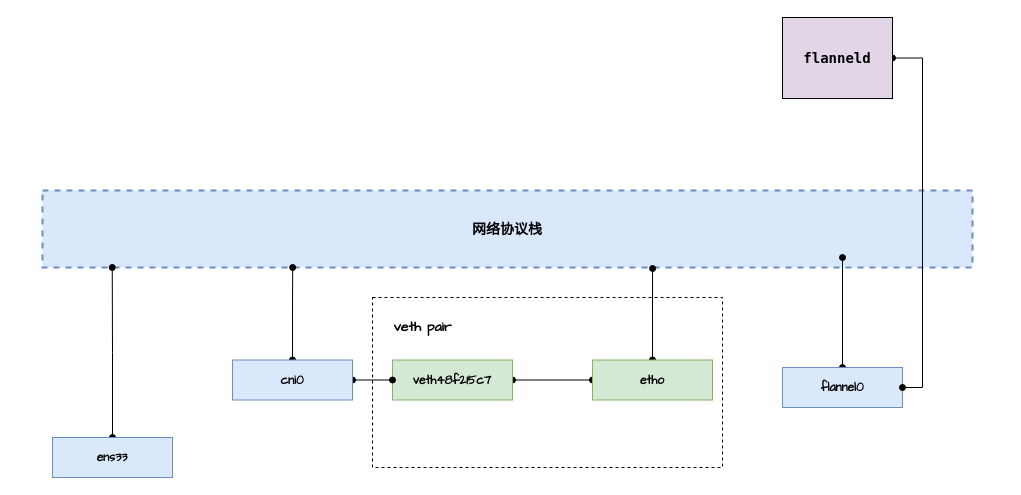
XiaoWeiKIN/k8s keeps this draw.io diagram as page "第 2 页" (2 of 2) of flanle.drawio. Above is the earlier version. Source tidied: cells renumbered, new cells numbered last; positions are measured from the earlier drawing's top-left corner, leaving out a move shared by most shapes. Both pictures are drawn from the tidied source at 100%, with x=0, y=0 at pixel (42, 17).
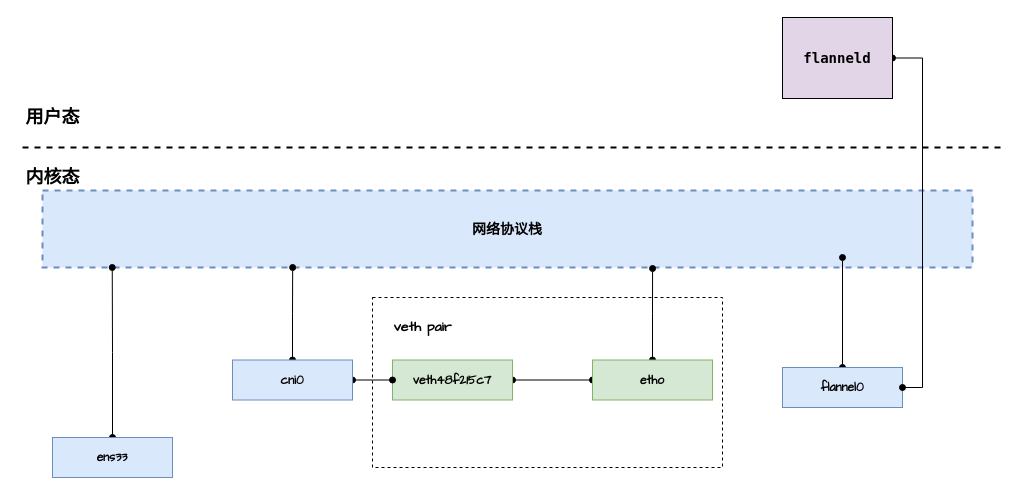
The same diagram, later.

The edit, as a diff of the source:
```diff
@@
+    <mxCell id="18" style="endArrow=none;dashed=1;html=1;strokeWidth=2;" parent="1" edge="1">
+      <mxGeometry relative="1" as="geometry">
+        <mxPoint x="-20" y="130" as="sourcePoint" />
+        <mxPoint x="960" y="130" as="targetPoint" />
+      </mxGeometry>
+    </mxCell>
+    <mxCell id="19" value="&lt;font face=&quot;Comic Sans MS&quot; style=&quot;font-size: 18px&quot;&gt;&lt;b&gt;用户态&lt;/b&gt;&lt;/font&gt;" style="text;html=1;align=center;verticalAlign=middle;fillColor=none;strokeColor=none;rounded=0;" parent="1" vertex="1">
+      <mxGeometry x="-25" y="90" width="70" height="20" as="geometry" />
+    </mxCell>
+    <mxCell id="20" value="&lt;font face=&quot;Comic Sans MS&quot; style=&quot;font-size: 18px&quot;&gt;&lt;b&gt;内核态&lt;/b&gt;&lt;/font&gt;" style="text;html=1;align=center;verticalAlign=middle;fillColor=none;strokeColor=none;rounded=0;" parent="1" vertex="1">
+      <mxGeometry x="-25" y="150" width="70" height="20" as="geometry" />
+    </mxCell>
```
